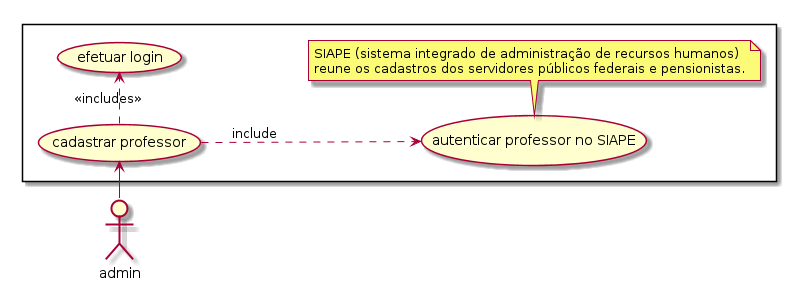
The PlantUML diagram out/usecase/admin/professor-management/professor-management.png in rodrigoRolim/CAdiagrams, before a commit.
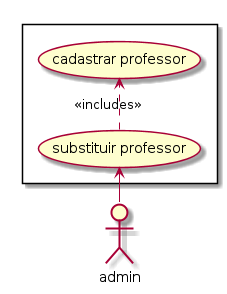
After the change.

Diff of the diagram source:
```diff
@@ -3,12 +3,7 @@
 skinparam packagestyle rectangle
 actor admin
 rectangle {
-    admin -> (cadastrar professor)
-    (cadastrar professor) ..> (autenticar professor no SIAPE): include
-    note bottom of (autenticar professor no SIAPE)
-        SIAPE (sistema integrado de administração de recursos humanos)
-        reune os cadastros dos servidores públicos federais e pensionistas.
-    end note
-    (cadastrar professor) .> (efetuar login): <<includes>>
+    admin -> (substituir professor)
+    (substituir professor) .> (cadastrar professor): <<includes>>
 }
 @enduml
```
